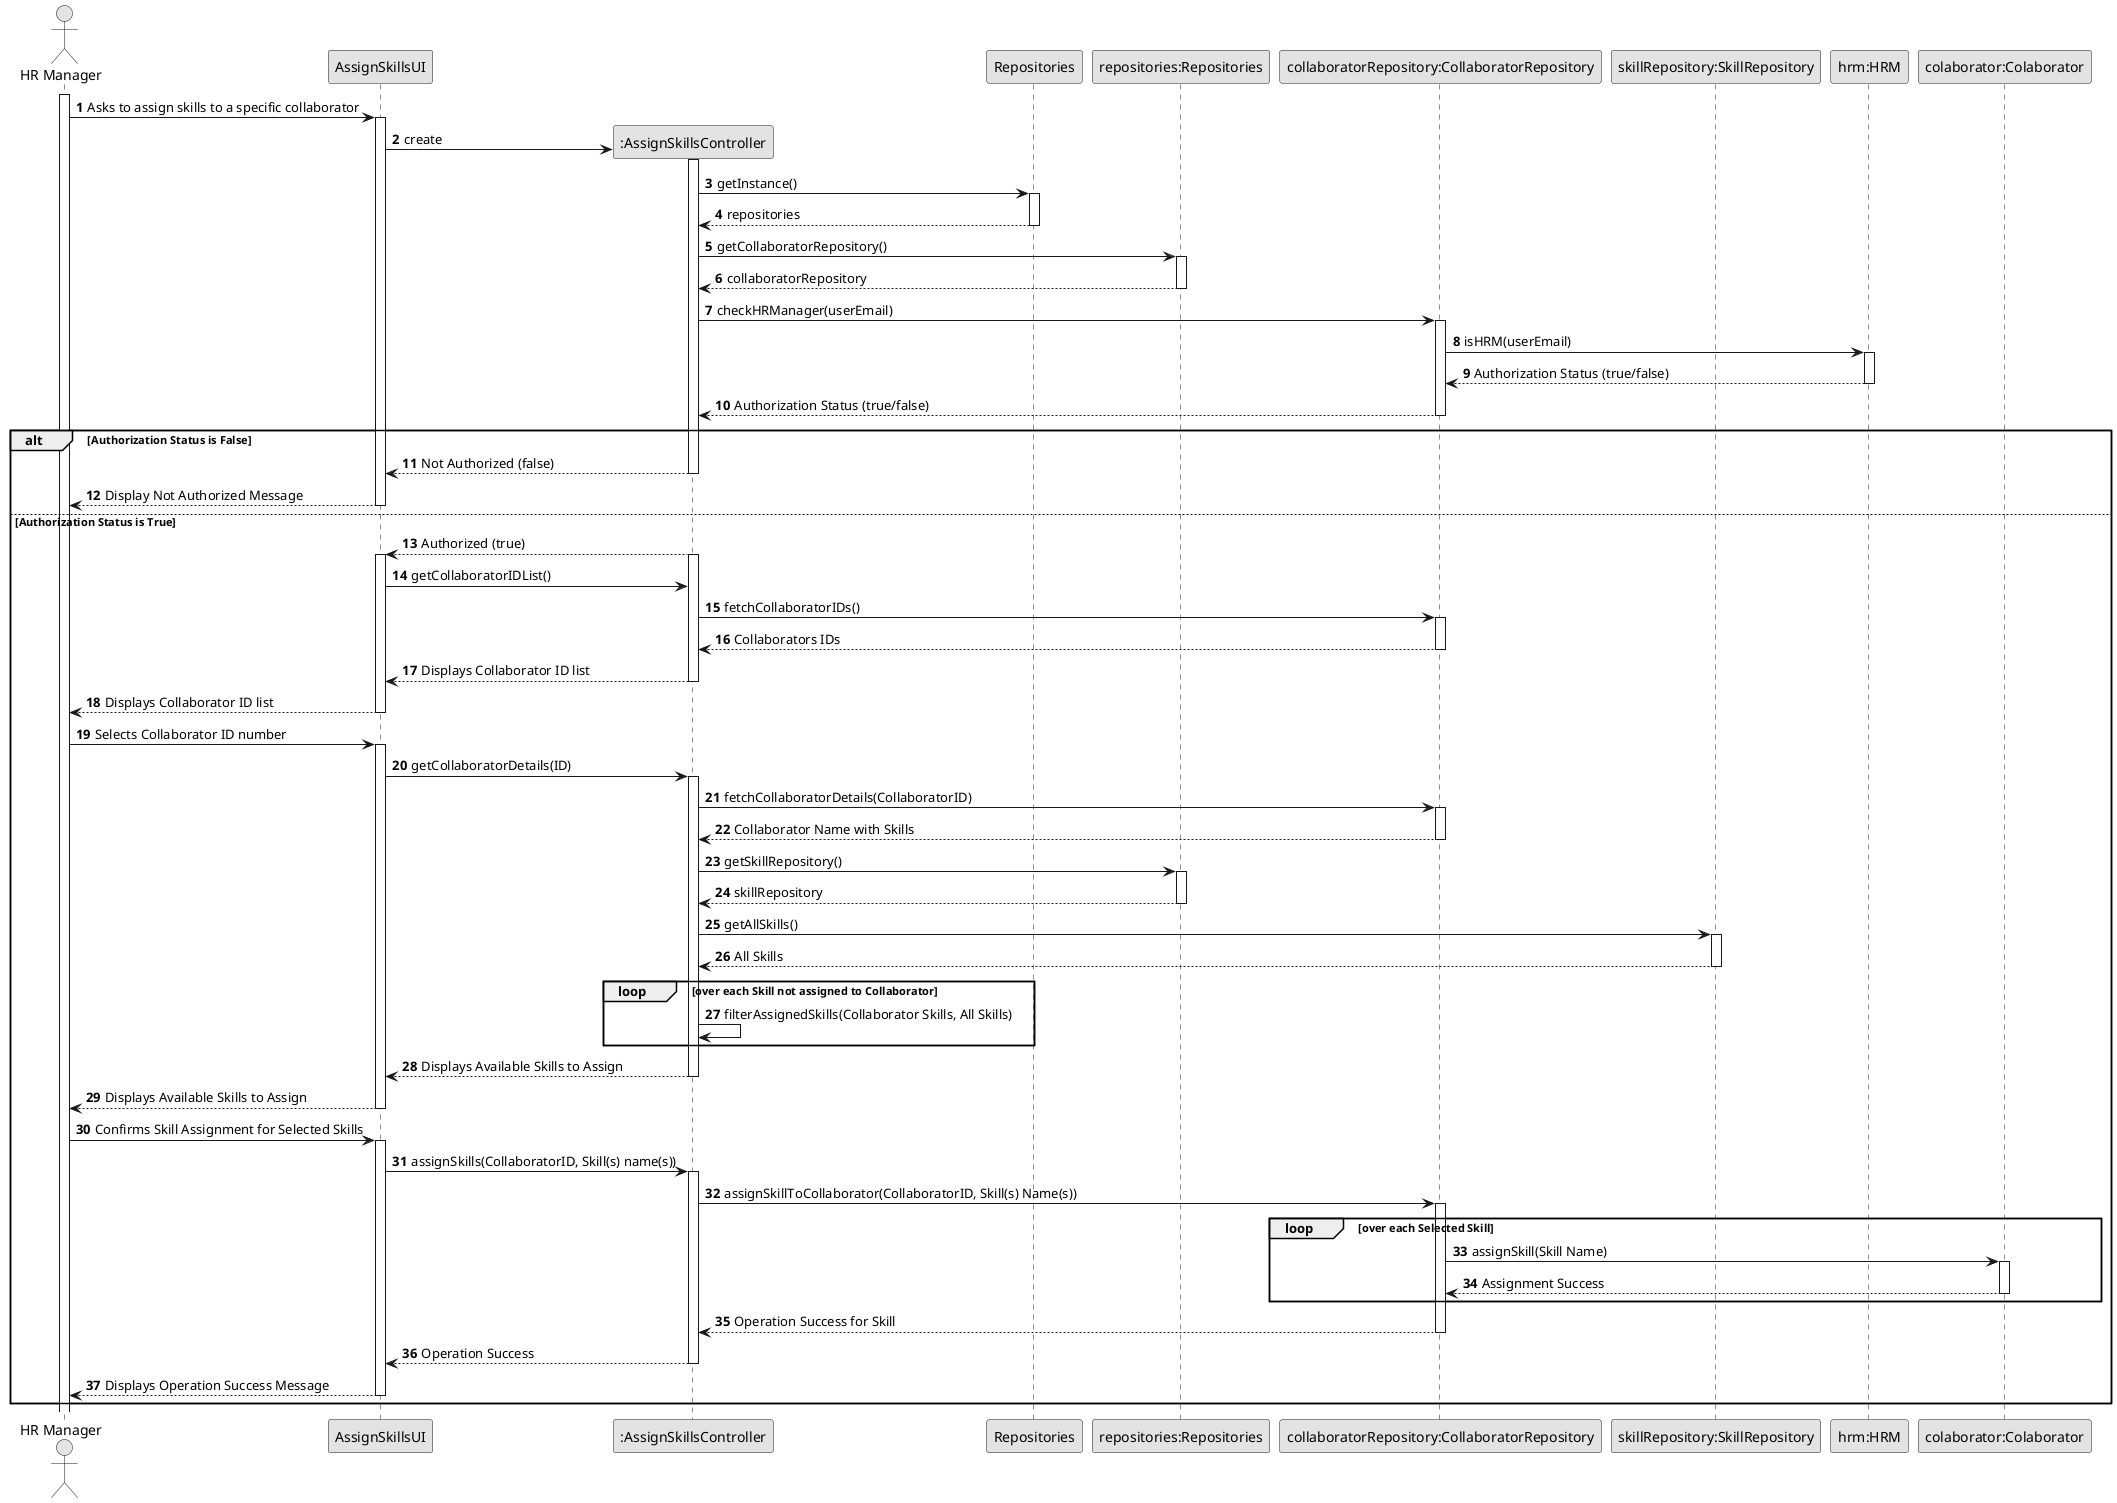
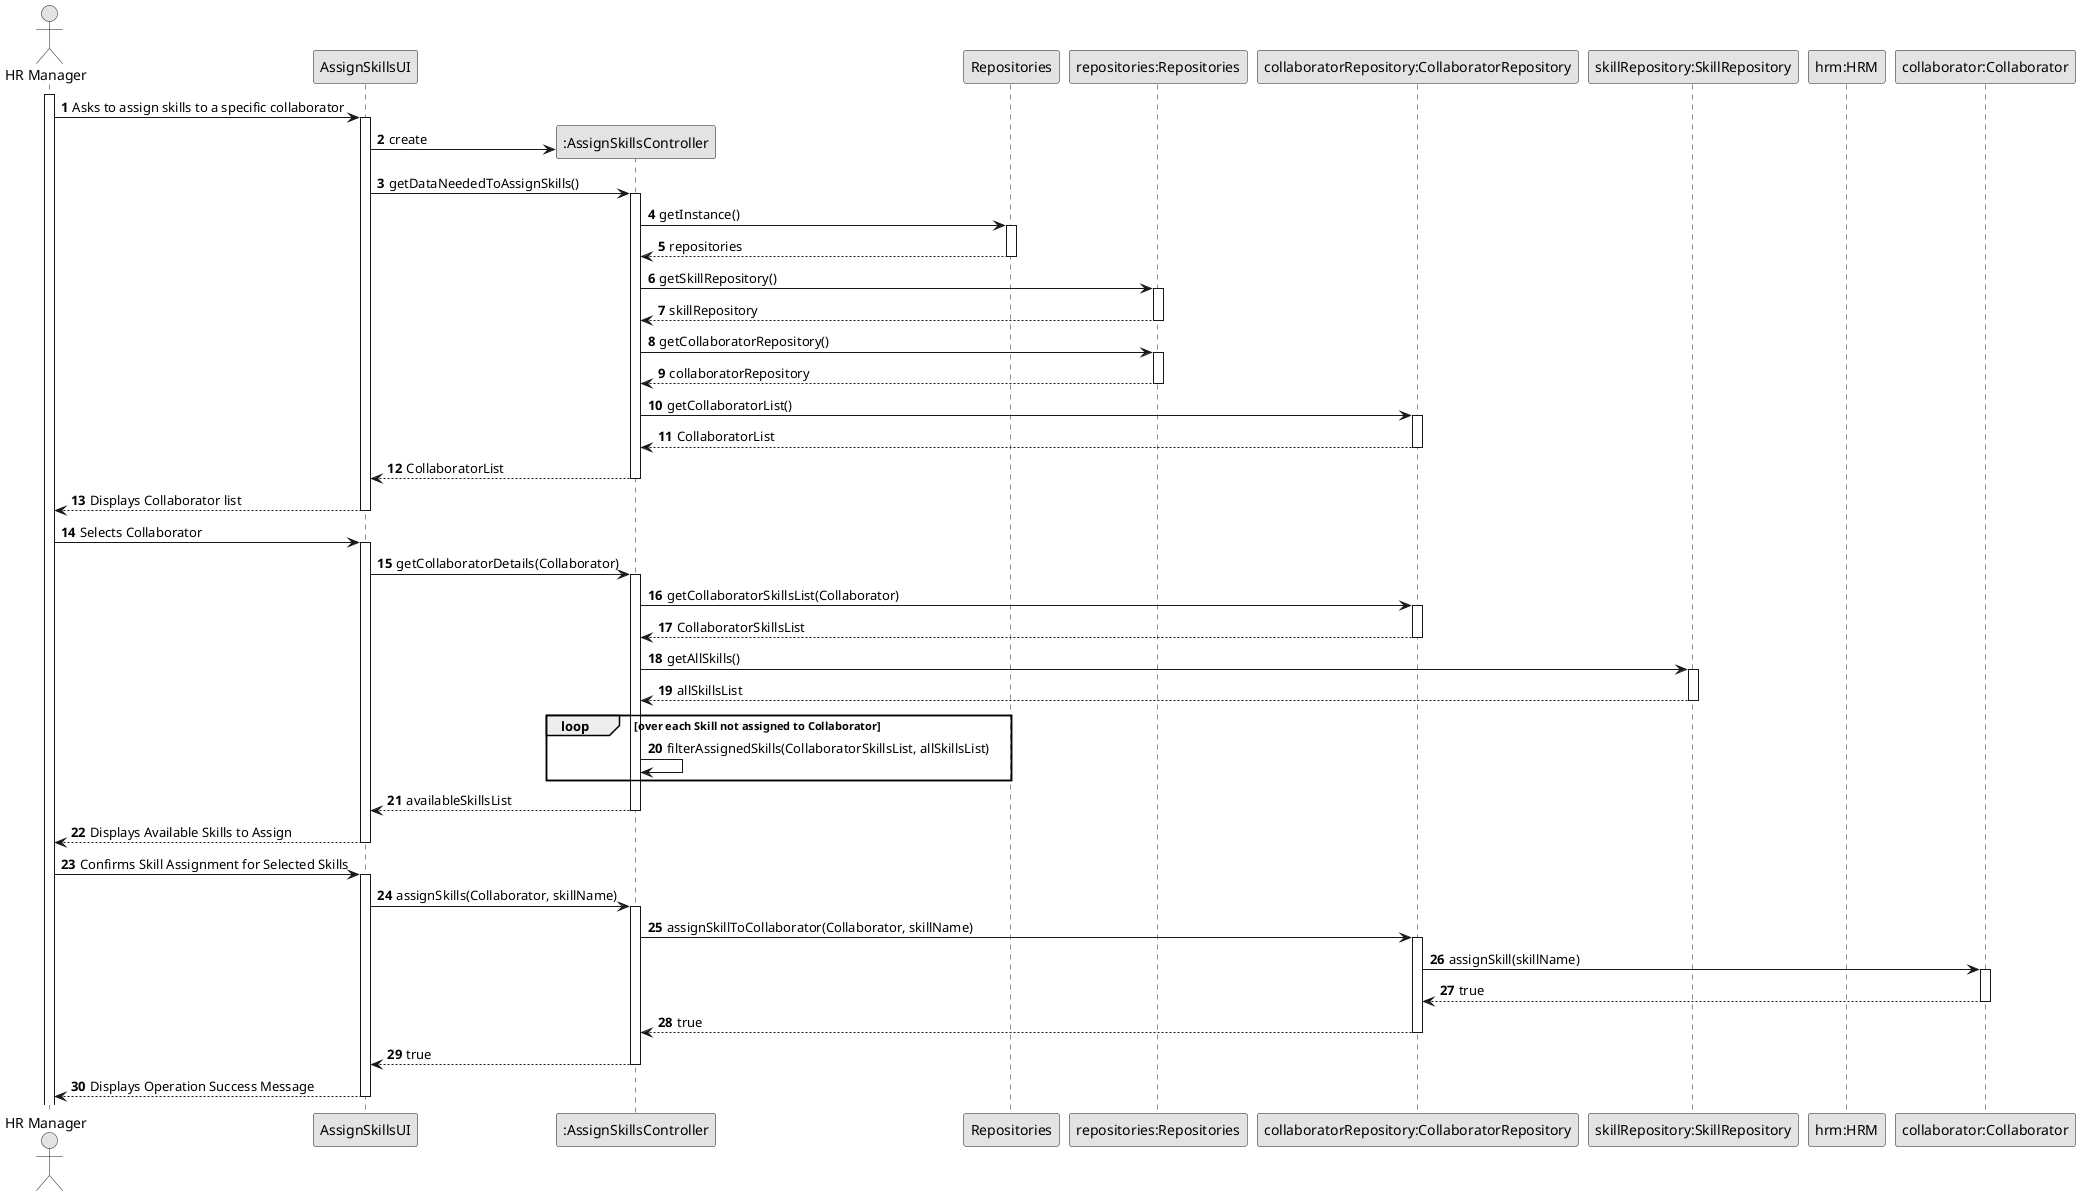
@startuml
skinparam monochrome true
skinparam packageStyle rectangle
skinparam shadowing false

autonumber

actor "HR Manager" as HRManager
participant "AssignSkillsUI" as UI
participant ":AssignSkillsController" as Controller

participant "Repositories" as Repos
participant "repositories:Repositories" as reposRepos
participant "collaboratorRepository:CollaboratorRepository" as EmpRepo
participant "skillRepository:SkillRepository" as SkillRepo

participant "hrm:HRM" as HRM
- participant "colaborator:Colaborator" as Colaborator
+ participant "collaborator:Collaborator" as Collaborator

activate HRManager

HRManager -> UI : Asks to assign skills to a specific collaborator
activate UI

UI -> Controller** : create

+ UI -> Controller : getDataNeededToAssignSkills()
activate Controller
+ 
Controller -> Repos : getInstance()
activate Repos

Repos --> Controller : repositories
deactivate Repos
+ 
+ Controller -> reposRepos : getSkillRepository()
+ activate reposRepos
+ 
+ reposRepos --> Controller : skillRepository
+ deactivate reposRepos

Controller -> reposRepos : getCollaboratorRepository()
activate reposRepos

reposRepos --> Controller : collaboratorRepository
deactivate reposRepos

- Controller -> EmpRepo : checkHRManager(userEmail)
+ Controller -> EmpRepo : getCollaboratorList()
activate EmpRepo

- EmpRepo -> HRM : isHRM(userEmail)
- activate HRM
- 
- HRM --> EmpRepo : Authorization Status (true/false)
- deactivate HRM
- 
- EmpRepo --> Controller : Authorization Status (true/false)
+ EmpRepo --> Controller : CollaboratorList
deactivate EmpRepo

- alt Authorization Status is False
-     Controller --> UI : Not Authorized (false)
-     deactivate Controller
+ Controller --> UI : CollaboratorList
+ deactivate Controller

-     UI --> HRManager : Display Not Authorized Message
-     deactivate UI

- else Authorization Status is True
-     Controller --> UI : Authorized (true)
-     activate Controller
-     activate UI
+ UI --> HRManager : Displays Collaborator list
+ deactivate UI

-     UI -> Controller : getCollaboratorIDList()
+ HRManager -> UI : Selects Collaborator
+ activate UI

-     Controller -> EmpRepo : fetchCollaboratorIDs()
-     activate EmpRepo
+ UI -> Controller : getCollaboratorDetails(Collaborator)
+ activate Controller

-     EmpRepo --> Controller : Collaborators IDs
-     deactivate EmpRepo
+ Controller -> EmpRepo : getCollaboratorSkillsList(Collaborator)
+ activate EmpRepo

-     Controller --> UI : Displays Collaborator ID list
-     deactivate Controller
+ EmpRepo --> Controller : CollaboratorSkillsList
+ deactivate EmpRepo

-     UI --> HRManager : Displays Collaborator ID list
-     deactivate UI
+ Controller -> SkillRepo : getAllSkills()
+ activate SkillRepo

-     HRManager -> UI : Selects Collaborator ID number
-     activate UI
+ SkillRepo --> Controller : allSkillsList
+ deactivate SkillRepo

-     UI -> Controller : getCollaboratorDetails(ID)
-     activate Controller
- 
-     Controller -> EmpRepo : fetchCollaboratorDetails(CollaboratorID)
-     activate EmpRepo
- 
-     EmpRepo --> Controller : Collaborator Name with Skills
-     deactivate EmpRepo
- 
-     Controller -> reposRepos : getSkillRepository()
-     activate reposRepos
- 
-     reposRepos --> Controller : skillRepository
-     deactivate reposRepos
- 
-     Controller -> SkillRepo : getAllSkills()
-     activate SkillRepo
- 
-     SkillRepo --> Controller : All Skills
-     deactivate SkillRepo
- 
-     loop over each Skill not assigned to Collaborator
-         Controller -> Controller : filterAssignedSkills(Collaborator Skills, All Skills)
-     end
- 
-     Controller --> UI : Displays Available Skills to Assign
-     deactivate Controller
- 
-     UI --> HRManager : Displays Available Skills to Assign
-     deactivate UI
- 
-     HRManager -> UI : Confirms Skill Assignment for Selected Skills
-     activate UI
- 
-     UI -> Controller : assignSkills(CollaboratorID, Skill(s) name(s))
-     activate Controller
- 
-     Controller -> EmpRepo : assignSkillToCollaborator(CollaboratorID, Skill(s) Name(s))
-     activate EmpRepo
- 
-     loop over each Selected Skill
-         EmpRepo -> Colaborator : assignSkill(Skill Name)
-         activate Colaborator
- 
-         Colaborator --> EmpRepo : Assignment Success
-         deactivate Colaborator
-     end
- 
-     EmpRepo --> Controller : Operation Success for Skill
-     deactivate EmpRepo
- 
-     Controller --> UI : Operation Success
-     deactivate Controller
- 
-     UI --> HRManager : Displays Operation Success Message
-     deactivate UI
- 
+ loop over each Skill not assigned to Collaborator
+     Controller -> Controller : filterAssignedSkills(CollaboratorSkillsList, allSkillsList)
end

+ Controller --> UI : availableSkillsList
+ deactivate Controller
+ 
+ UI --> HRManager : Displays Available Skills to Assign
+ deactivate UI
+ 
+ HRManager -> UI : Confirms Skill Assignment for Selected Skills
+ activate UI
+ 
+ UI -> Controller : assignSkills(Collaborator, skillName)
+ activate Controller
+ 
+ Controller -> EmpRepo : assignSkillToCollaborator(Collaborator, skillName)
+ activate EmpRepo
+ 
+ 
+ EmpRepo -> Collaborator : assignSkill(skillName)
+ activate Collaborator
+ 
+ Collaborator --> EmpRepo : true
+ deactivate Collaborator
+ 
+ 
+ EmpRepo --> Controller : true
+ deactivate EmpRepo
+ 
+ Controller --> UI : true
+ deactivate Controller
+ 
+ UI --> HRManager : Displays Operation Success Message
+ deactivate UI
+ 
+ 
@enduml
